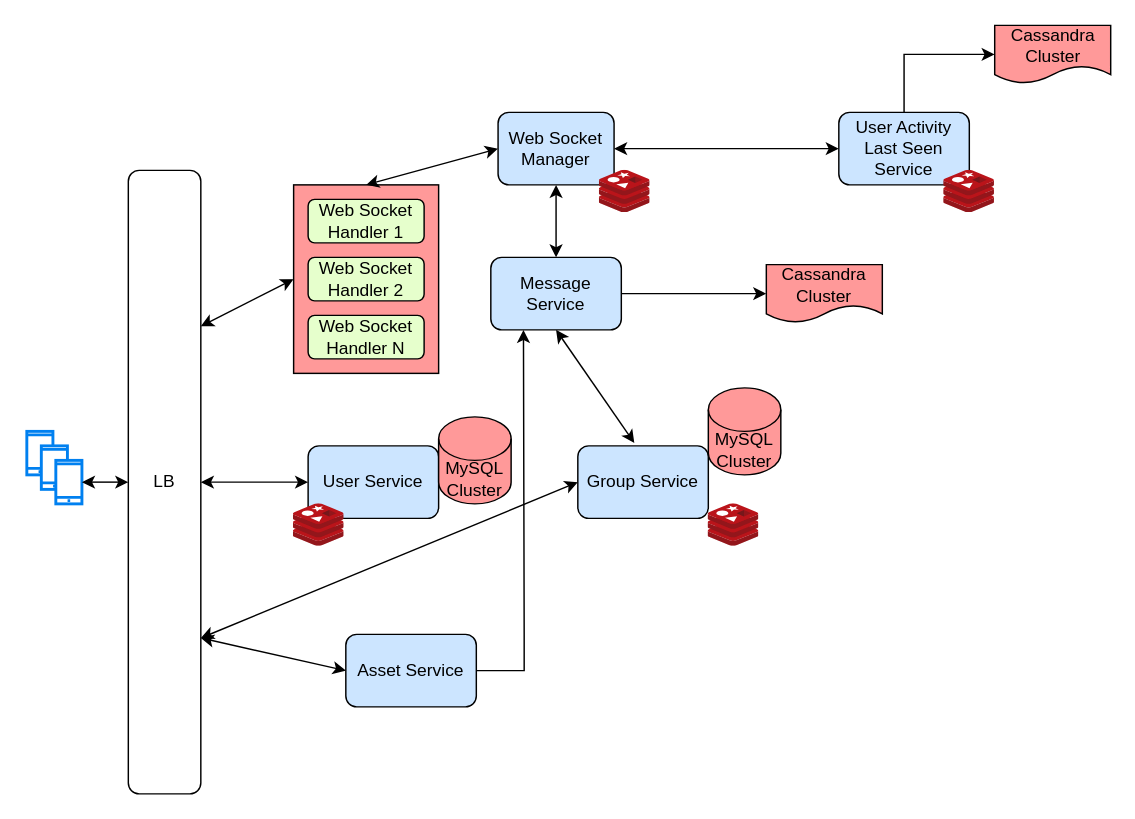
Above: page "Page-1" (1 of 2) of Whatsapp.drawio in smittal1209/system-design-diagram (draw.io), before the change. Source tidied: cells renumbered, new cells numbered last; positions are measured from the earlier drawing's top-left corner, leaving out a move shared by most shapes. Both pictures are drawn from the tidied source at 145%, with x=0, y=0 at pixel (26, 25).
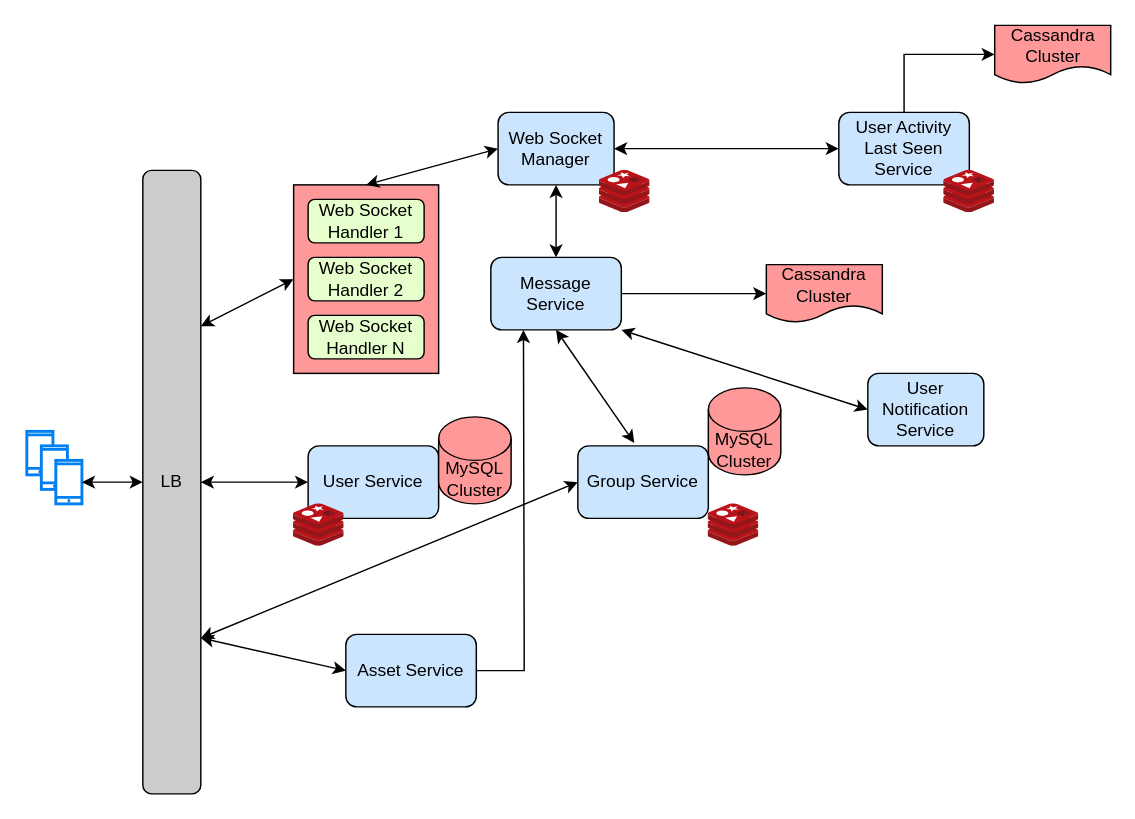
After the change.

The change refers to these unchanged cells:
```xml
<mxCell id="6" value="Message Service" style="rounded=1;whiteSpace=wrap;html=1;fillColor=#CCE5FF;" parent="1" vertex="1">
  <mxGeometry x="320" y="160" width="90" height="50" as="geometry" />
</mxCell>
```

The edit, as a diff of the source:
```diff
@@
-    <mxCell id="3" value="LB" style="rounded=1;whiteSpace=wrap;html=1;" parent="1" vertex="1">
-      <mxGeometry x="70" y="100" width="50" height="430" as="geometry" />
+    <mxCell id="3" value="LB" style="rounded=1;whiteSpace=wrap;html=1;fillColor=#CCCCCC;" parent="1" vertex="1">
+      <mxGeometry x="80" y="100" width="40" height="430" as="geometry" />
     </mxCell>
@@
+    <mxCell id="38" value="User Notification&lt;br&gt;Service" style="rounded=1;whiteSpace=wrap;html=1;fillColor=#CCE5FF;" parent="1" vertex="1">
+      <mxGeometry x="580" y="240" width="80" height="50" as="geometry" />
+    </mxCell>
+    <mxCell id="39" style="endArrow=classic;startArrow=classic;html=1;exitX=1;exitY=1;exitDx=0;exitDy=0;entryX=0;entryY=0.5;entryDx=0;entryDy=0;" parent="1" edge="1" source="6" target="38">
+      <mxGeometry relative="1" as="geometry" />
+    </mxCell>
```
